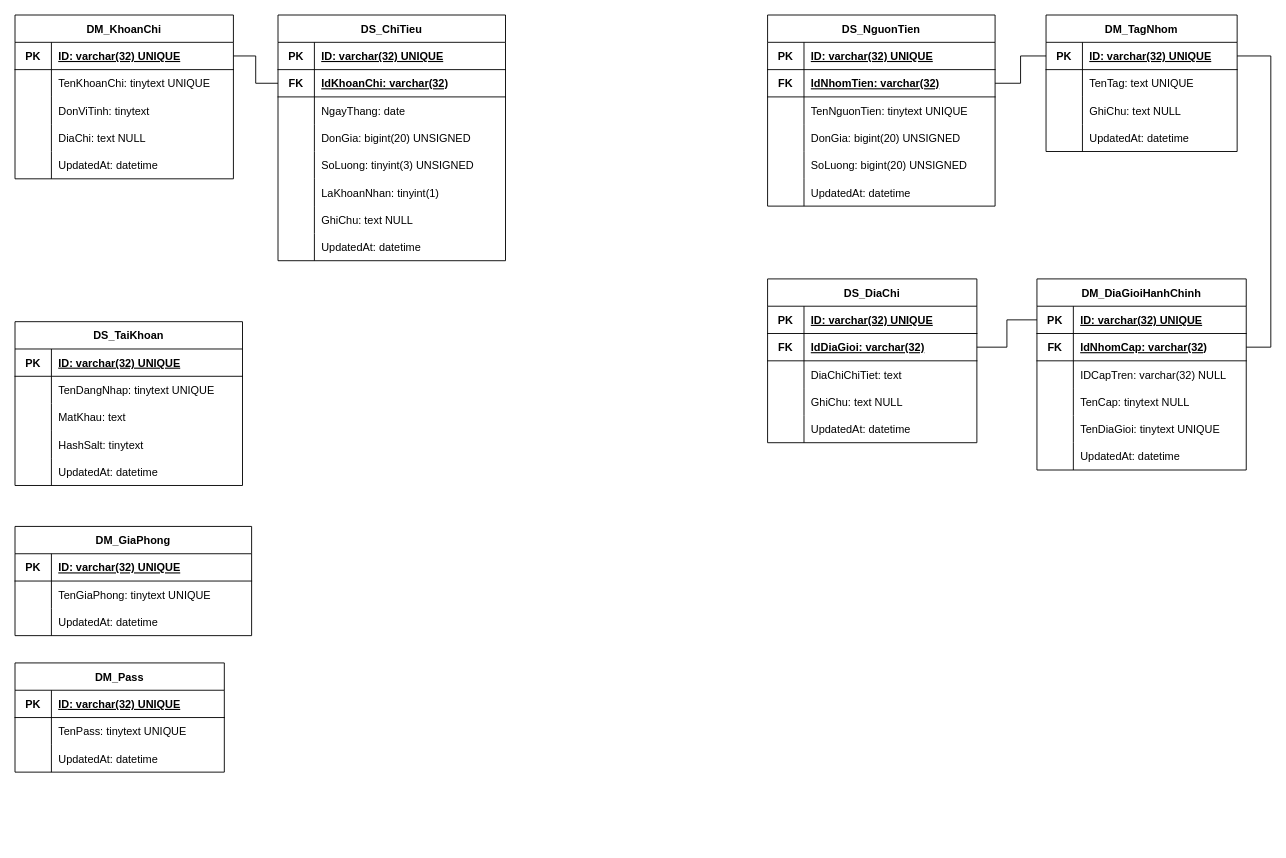
Before: NOTE/Sơ đồ WebAppManager.drawio in Katoji-Rikito/WebAppManager, a draw.io diagram. Source tidied: cells renumbered, new cells numbered last; positions are measured from the earlier drawing's top-left corner, leaving out a move shared by most shapes. Both pictures are drawn from the tidied source at 91%, with x=0, y=0 at pixel (15, 15).
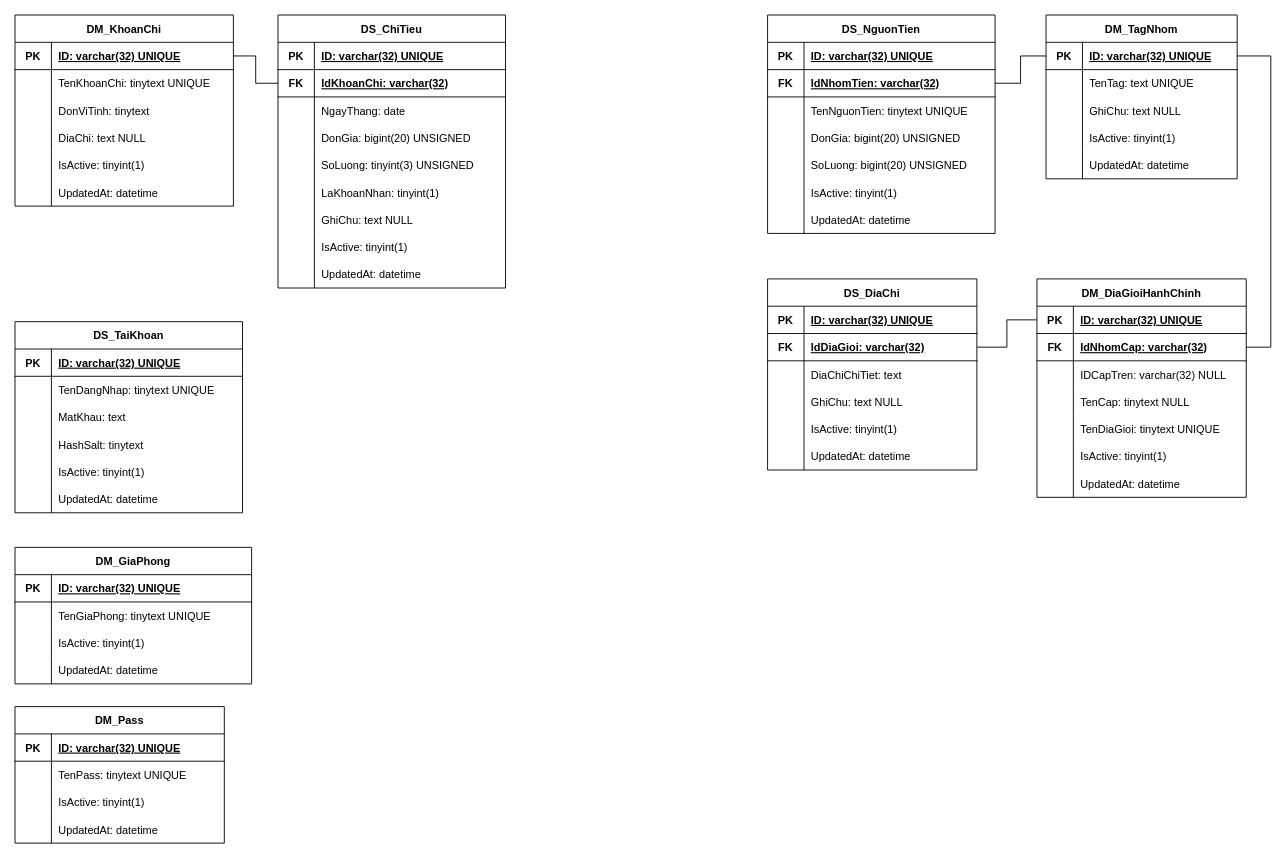
The same diagram, later.

What changed in the source:
```diff
@@
     <mxCell id="2" value="DM_KhoanChi" style="shape=table;startSize=30;childLayout=tableLayout;rowLines=0;fontStyle=1;align=center;" parent="1" vertex="1">
-      <mxGeometry width="240" height="180" as="geometry" />
+      <mxGeometry width="240" height="210" as="geometry" />
     </mxCell>
@@
+    <mxCell id="150" style="shape=tableRow;horizontal=0;startSize=0;swimlaneHead=0;swimlaneBody=0;fillColor=none;top=0;left=0;right=0;bottom=0;" parent="2" vertex="1">
+      <mxGeometry y="150" width="240" height="30" as="geometry" />
+    </mxCell>
+    <mxCell id="151" style="shape=partialRectangle;fillColor=none;top=0;left=0;bottom=0;right=0;overflow=hidden;" parent="150" vertex="1">
+      <mxGeometry width="40" height="30" as="geometry" />
+    </mxCell>
+    <mxCell id="152" value="IsActive: tinyint(1)" style="shape=partialRectangle;fillColor=none;top=0;left=0;bottom=0;right=0;align=left;spacingLeft=6;overflow=hidden;" parent="150" vertex="1">
+      <mxGeometry x="40" width="200" height="30" as="geometry" />
+    </mxCell>
     <mxCell id="15" style="shape=tableRow;horizontal=0;startSize=0;swimlaneHead=0;swimlaneBody=0;fillColor=none;top=0;left=0;right=0;bottom=0;" parent="2" vertex="1">
-      <mxGeometry y="150" width="240" height="30" as="geometry" />
+      <mxGeometry y="180" width="240" height="30" as="geometry" />
     </mxCell>
@@
     <mxCell id="18" value="DS_ChiTieu" style="shape=table;startSize=30;childLayout=tableLayout;rowLines=0;fontStyle=1;align=center;" parent="1" vertex="1">
-      <mxGeometry x="289" width="250" height="270" as="geometry" />
+      <mxGeometry x="289" width="250" height="300" as="geometry" />
     </mxCell>
@@
+    <mxCell id="153" style="shape=tableRow;horizontal=0;startSize=0;swimlaneHead=0;swimlaneBody=0;fillColor=none;top=0;left=0;right=0;bottom=0;" parent="18" vertex="1">
+      <mxGeometry y="240" width="250" height="30" as="geometry" />
+    </mxCell>
+    <mxCell id="154" style="shape=partialRectangle;fillColor=none;top=0;left=0;bottom=0;right=0;overflow=hidden;" parent="153" vertex="1">
+      <mxGeometry width="40" height="30" as="geometry" />
+    </mxCell>
+    <mxCell id="155" value="IsActive: tinyint(1)" style="shape=partialRectangle;fillColor=none;top=0;left=0;bottom=0;right=0;align=left;spacingLeft=6;overflow=hidden;" parent="153" vertex="1">
+      <mxGeometry x="40" width="210" height="30" as="geometry" />
+    </mxCell>
     <mxCell id="40" style="shape=tableRow;horizontal=0;startSize=0;swimlaneHead=0;swimlaneBody=0;fillColor=none;top=0;left=0;right=0;bottom=0;" parent="18" vertex="1">
-      <mxGeometry y="240" width="250" height="30" as="geometry" />
+      <mxGeometry y="270" width="250" height="30" as="geometry" />
     </mxCell>
@@
     <mxCell id="44" value="DS_NguonTien" style="shape=table;startSize=30;childLayout=tableLayout;rowLines=0;fontStyle=1;align=center;" parent="1" vertex="1">
-      <mxGeometry x="827" width="250" height="210" as="geometry" />
+      <mxGeometry x="827" width="250" height="240" as="geometry" />
     </mxCell>
@@
+    <mxCell id="156" style="shape=tableRow;horizontal=0;startSize=0;swimlaneHead=0;swimlaneBody=0;fillColor=none;top=0;left=0;right=0;bottom=0;" parent="44" vertex="1">
+      <mxGeometry y="180" width="250" height="30" as="geometry" />
+    </mxCell>
+    <mxCell id="157" style="shape=partialRectangle;fillColor=none;top=0;left=0;bottom=0;right=0;overflow=hidden;" parent="156" vertex="1">
+      <mxGeometry width="40" height="30" as="geometry" />
+    </mxCell>
+    <mxCell id="158" value="IsActive: tinyint(1)" style="shape=partialRectangle;fillColor=none;top=0;left=0;bottom=0;right=0;align=left;spacingLeft=6;overflow=hidden;" parent="156" vertex="1">
+      <mxGeometry x="40" width="210" height="30" as="geometry" />
+    </mxCell>
     <mxCell id="60" style="shape=tableRow;horizontal=0;startSize=0;swimlaneHead=0;swimlaneBody=0;fillColor=none;top=0;left=0;right=0;bottom=0;" parent="44" vertex="1">
-      <mxGeometry y="180" width="250" height="30" as="geometry" />
+      <mxGeometry y="210" width="250" height="30" as="geometry" />
     </mxCell>
@@
     <mxCell id="63" value="DS_TaiKhoan" style="shape=table;startSize=30;childLayout=tableLayout;rowLines=0;fontStyle=1;align=center;" parent="1" vertex="1">
-      <mxGeometry y="337" width="250" height="180" as="geometry" />
+      <mxGeometry y="337" width="250" height="210" as="geometry" />
     </mxCell>
@@
+    <mxCell id="159" style="shape=tableRow;horizontal=0;startSize=0;swimlaneHead=0;swimlaneBody=0;fillColor=none;top=0;left=0;right=0;bottom=0;" parent="63" vertex="1">
+      <mxGeometry y="150" width="250" height="30" as="geometry" />
+    </mxCell>
+    <mxCell id="160" style="shape=partialRectangle;fillColor=none;top=0;left=0;bottom=0;right=0;overflow=hidden;" parent="159" vertex="1">
+      <mxGeometry width="40" height="30" as="geometry" />
+    </mxCell>
+    <mxCell id="161" value="IsActive: tinyint(1)" style="shape=partialRectangle;fillColor=none;top=0;left=0;bottom=0;right=0;align=left;spacingLeft=6;overflow=hidden;" parent="159" vertex="1">
+      <mxGeometry x="40" width="210" height="30" as="geometry" />
+    </mxCell>
     <mxCell id="76" style="shape=tableRow;horizontal=0;startSize=0;swimlaneHead=0;swimlaneBody=0;fillColor=none;top=0;left=0;right=0;bottom=0;" parent="63" vertex="1">
-      <mxGeometry y="150" width="250" height="30" as="geometry" />
+      <mxGeometry y="180" width="250" height="30" as="geometry" />
     </mxCell>
@@
     <mxCell id="79" value="DM_TagNhom" style="shape=table;startSize=30;childLayout=tableLayout;rowLines=0;fontStyle=1;align=center;" parent="1" vertex="1">
-      <mxGeometry x="1133" width="210" height="150" as="geometry" />
+      <mxGeometry x="1133" width="210" height="180" as="geometry" />
     </mxCell>
@@
+    <mxCell id="162" style="shape=tableRow;horizontal=0;startSize=0;swimlaneHead=0;swimlaneBody=0;fillColor=none;top=0;left=0;right=0;bottom=0;" parent="79" vertex="1">
+      <mxGeometry y="120" width="210" height="30" as="geometry" />
+    </mxCell>
+    <mxCell id="163" style="shape=partialRectangle;fillColor=none;top=0;left=0;bottom=0;right=0;overflow=hidden;" parent="162" vertex="1">
+      <mxGeometry width="40" height="30" as="geometry" />
+    </mxCell>
+    <mxCell id="164" value="IsActive: tinyint(1)" style="shape=partialRectangle;fillColor=none;top=0;left=0;bottom=0;right=0;align=left;spacingLeft=6;overflow=hidden;" parent="162" vertex="1">
+      <mxGeometry x="40" width="170" height="30" as="geometry" />
+    </mxCell>
     <mxCell id="89" style="shape=tableRow;horizontal=0;startSize=0;swimlaneHead=0;swimlaneBody=0;fillColor=none;top=0;left=0;right=0;bottom=0;" parent="79" vertex="1">
-      <mxGeometry y="120" width="210" height="30" as="geometry" />
+      <mxGeometry y="150" width="210" height="30" as="geometry" />
     </mxCell>
@@
     <mxCell id="93" value="DM_Pass" style="shape=table;startSize=30;childLayout=tableLayout;rowLines=0;fontStyle=1;align=center;" parent="1" vertex="1">
-      <mxGeometry y="712" width="230" height="120" as="geometry" />
+      <mxGeometry y="760" width="230" height="150" as="geometry" />
     </mxCell>
@@
+    <mxCell id="165" style="shape=tableRow;horizontal=0;startSize=0;swimlaneHead=0;swimlaneBody=0;fillColor=none;top=0;left=0;right=0;bottom=0;" parent="93" vertex="1">
+      <mxGeometry y="90" width="230" height="30" as="geometry" />
+    </mxCell>
+    <mxCell id="166" style="shape=partialRectangle;fillColor=none;top=0;left=0;bottom=0;right=0;overflow=hidden;" parent="165" vertex="1">
+      <mxGeometry width="40" height="30" as="geometry" />
+    </mxCell>
+    <mxCell id="167" value="IsActive: tinyint(1)" style="shape=partialRectangle;fillColor=none;top=0;left=0;bottom=0;right=0;align=left;spacingLeft=6;overflow=hidden;" parent="165" vertex="1">
+      <mxGeometry x="40" width="190" height="30" as="geometry" />
+    </mxCell>
     <mxCell id="100" style="shape=tableRow;horizontal=0;startSize=0;swimlaneHead=0;swimlaneBody=0;fillColor=none;top=0;left=0;right=0;bottom=0;" parent="93" vertex="1">
-      <mxGeometry y="90" width="230" height="30" as="geometry" />
+      <mxGeometry y="120" width="230" height="30" as="geometry" />
     </mxCell>
@@
     <mxCell id="103" value="DM_GiaPhong" style="shape=table;startSize=30;childLayout=tableLayout;rowLines=0;fontStyle=1;align=center;" parent="1" vertex="1">
-      <mxGeometry y="562" width="260" height="120" as="geometry" />
+      <mxGeometry y="585" width="260" height="150" as="geometry" />
     </mxCell>
@@
+    <mxCell id="168" style="shape=tableRow;horizontal=0;startSize=0;swimlaneHead=0;swimlaneBody=0;fillColor=none;top=0;left=0;right=0;bottom=0;" parent="103" vertex="1">
+      <mxGeometry y="90" width="260" height="30" as="geometry" />
+    </mxCell>
+    <mxCell id="169" style="shape=partialRectangle;fillColor=none;top=0;left=0;bottom=0;right=0;overflow=hidden;" parent="168" vertex="1">
+      <mxGeometry width="40" height="30" as="geometry" />
+    </mxCell>
+    <mxCell id="170" value="IsActive: tinyint(1)" style="shape=partialRectangle;fillColor=none;top=0;left=0;bottom=0;right=0;align=left;spacingLeft=6;overflow=hidden;" parent="168" vertex="1">
+      <mxGeometry x="40" width="220" height="30" as="geometry" />
+    </mxCell>
     <mxCell id="110" style="shape=tableRow;horizontal=0;startSize=0;swimlaneHead=0;swimlaneBody=0;fillColor=none;top=0;left=0;right=0;bottom=0;" parent="103" vertex="1">
-      <mxGeometry y="90" width="260" height="30" as="geometry" />
+      <mxGeometry y="120" width="260" height="30" as="geometry" />
     </mxCell>
@@
     <mxCell id="113" value="DM_DiaGioiHanhChinh" style="shape=table;startSize=30;childLayout=tableLayout;rowLines=0;fontStyle=1;align=center;" parent="1" vertex="1">
-      <mxGeometry x="1123" y="290" width="230" height="210" as="geometry" />
+      <mxGeometry x="1123" y="290" width="230" height="240" as="geometry" />
     </mxCell>
@@
+    <mxCell id="171" style="shape=tableRow;horizontal=0;startSize=0;swimlaneHead=0;swimlaneBody=0;fillColor=none;top=0;left=0;right=0;bottom=0;" parent="113" vertex="1">
+      <mxGeometry y="180" width="230" height="30" as="geometry" />
+    </mxCell>
+    <mxCell id="172" style="shape=partialRectangle;fillColor=none;top=0;left=0;bottom=0;right=0;overflow=hidden;" parent="171" vertex="1">
+      <mxGeometry width="40" height="30" as="geometry" />
+    </mxCell>
+    <mxCell id="173" value="IsActive: tinyint(1)" style="shape=partialRectangle;fillColor=none;top=0;left=0;bottom=0;right=0;align=left;spacingLeft=6;overflow=hidden;" parent="171" vertex="1">
+      <mxGeometry x="40" width="190" height="30" as="geometry" />
+    </mxCell>
     <mxCell id="129" style="shape=tableRow;horizontal=0;startSize=0;swimlaneHead=0;swimlaneBody=0;fillColor=none;top=0;left=0;right=0;bottom=0;" parent="113" vertex="1">
-      <mxGeometry y="180" width="230" height="30" as="geometry" />
+      <mxGeometry y="210" width="230" height="30" as="geometry" />
     </mxCell>
@@
     <mxCell id="133" value="DS_DiaChi" style="shape=table;startSize=30;childLayout=tableLayout;rowLines=0;fontStyle=1;align=center;" parent="1" vertex="1">
-      <mxGeometry x="827" y="290" width="230" height="180" as="geometry" />
+      <mxGeometry x="827" y="290" width="230" height="210" as="geometry" />
     </mxCell>
@@
+    <mxCell id="174" style="shape=tableRow;horizontal=0;startSize=0;swimlaneHead=0;swimlaneBody=0;fillColor=none;top=0;left=0;right=0;bottom=0;" parent="133" vertex="1">
+      <mxGeometry y="150" width="230" height="30" as="geometry" />
+    </mxCell>
+    <mxCell id="175" style="shape=partialRectangle;fillColor=none;top=0;left=0;bottom=0;right=0;overflow=hidden;" parent="174" vertex="1">
+      <mxGeometry width="40" height="30" as="geometry" />
+    </mxCell>
+    <mxCell id="176" value="IsActive: tinyint(1)" style="shape=partialRectangle;fillColor=none;top=0;left=0;bottom=0;right=0;align=left;spacingLeft=6;overflow=hidden;" parent="174" vertex="1">
+      <mxGeometry x="40" width="190" height="30" as="geometry" />
+    </mxCell>
     <mxCell id="146" style="shape=tableRow;horizontal=0;startSize=0;swimlaneHead=0;swimlaneBody=0;fillColor=none;top=0;left=0;right=0;bottom=0;" parent="133" vertex="1">
-      <mxGeometry y="150" width="230" height="30" as="geometry" />
+      <mxGeometry y="180" width="230" height="30" as="geometry" />
     </mxCell>
```
